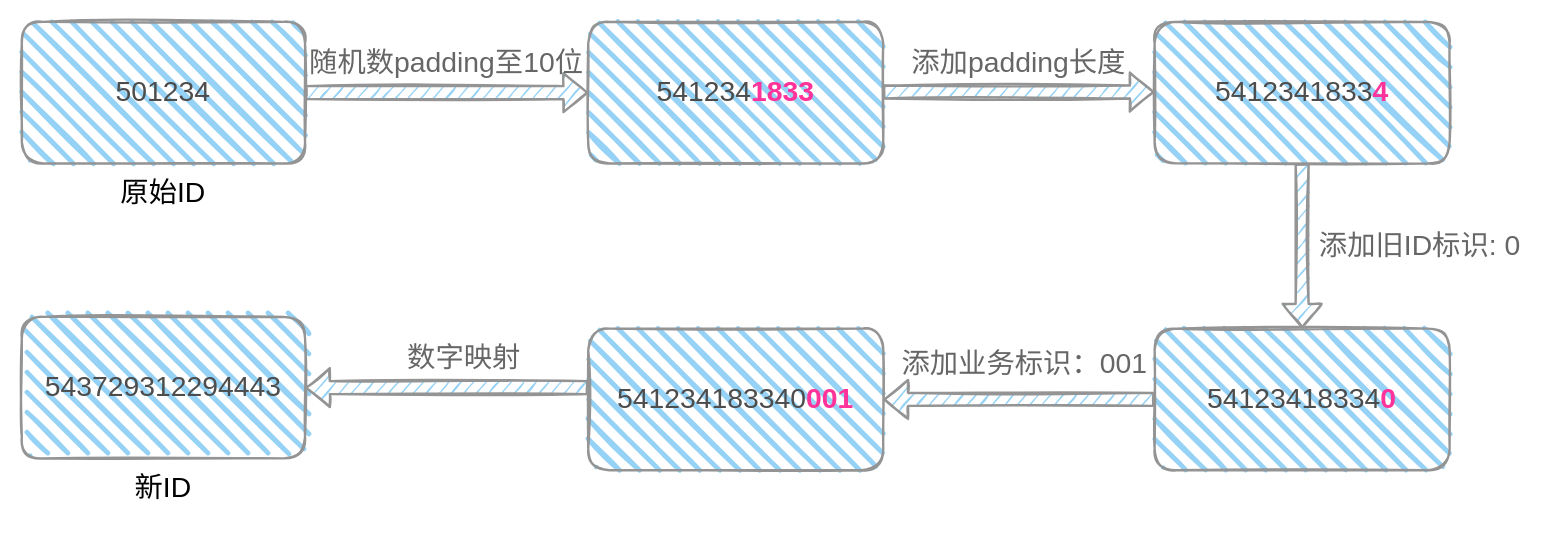
The draw.io diagram pictures/未命名绘图.drawio in dimdark/my-drawio, before the edit. Source tidied: cells renumbered, new cells numbered last; positions are measured from the earlier drawing's top-left corner, leaving out a move shared by most shapes. Both pictures are drawn from the tidied source at 118%, with x=0, y=0 at pixel (21, 21).
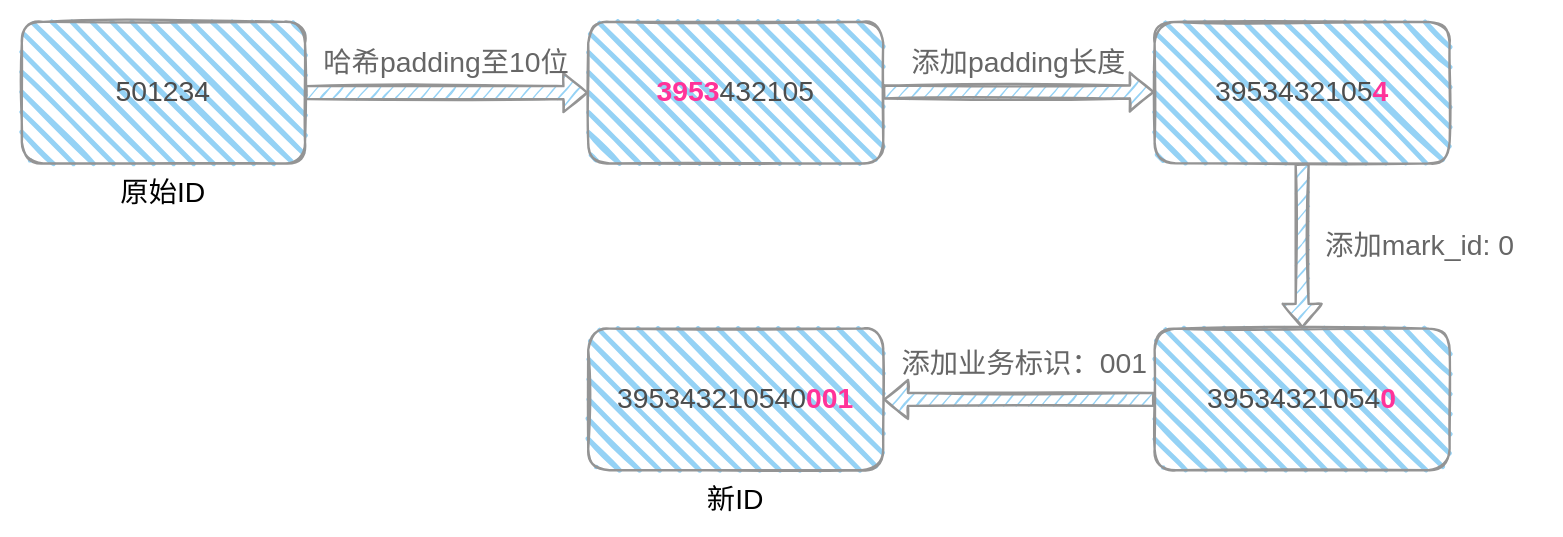
Above is the later version.

Commit message:
更新未命名绘图.drawio

Diff of the diagram source:
```diff
@@
-    <mxCell id="3" value="&lt;font color=&quot;#4d4d4d&quot;&gt;541234&lt;/font&gt;&lt;b style=&quot;&quot;&gt;&lt;font color=&quot;#ff3399&quot;&gt;1833&lt;/font&gt;&lt;/b&gt;" style="whiteSpace=wrap;html=1;fontSize=24;fillColor=#95D2F5;strokeColor=#949494;rounded=1;strokeWidth=2;fillWeight=4;hachureGap=12;hachureAngle=45;sketch=1;" parent="1" vertex="1">
+    <mxCell id="3" value="&lt;b style=&quot;&quot;&gt;&lt;font color=&quot;#ff3399&quot;&gt;3953&lt;/font&gt;&lt;/b&gt;&lt;span style=&quot;color: rgb(77, 77, 77);&quot;&gt;432105&lt;/span&gt;" style="whiteSpace=wrap;html=1;fontSize=24;fillColor=#95D2F5;strokeColor=#949494;rounded=1;strokeWidth=2;fillWeight=4;hachureGap=12;hachureAngle=45;sketch=1;" parent="1" vertex="1">
       <mxGeometry x="480" width="250" height="120" as="geometry" />
     </mxCell>
@@
-    <mxCell id="6" value="&lt;font color=&quot;#4d4d4d&quot;&gt;5412341833&lt;/font&gt;&lt;b&gt;&lt;font color=&quot;#ff3399&quot;&gt;4&lt;/font&gt;&lt;/b&gt;" style="whiteSpace=wrap;html=1;fontSize=24;fillColor=#95D2F5;strokeColor=#949494;rounded=1;strokeWidth=2;fillWeight=4;hachureGap=12;hachureAngle=45;sketch=1;" parent="1" vertex="1">
+    <mxCell id="6" value="&lt;font color=&quot;#4d4d4d&quot;&gt;395343210&lt;/font&gt;&lt;span style=&quot;color: rgb(77, 77, 77);&quot;&gt;5&lt;/span&gt;&lt;b&gt;&lt;font color=&quot;#ff3399&quot;&gt;4&lt;/font&gt;&lt;/b&gt;" style="whiteSpace=wrap;html=1;fontSize=24;fillColor=#95D2F5;strokeColor=#949494;rounded=1;strokeWidth=2;fillWeight=4;hachureGap=12;hachureAngle=45;sketch=1;" parent="1" vertex="1">
       <mxGeometry x="960" width="250" height="120" as="geometry" />
     </mxCell>
@@
-    <mxCell id="8" value="&lt;font color=&quot;#4d4d4d&quot;&gt;541234183340&lt;/font&gt;&lt;b&gt;&lt;font color=&quot;#ff3399&quot;&gt;001&lt;/font&gt;&lt;/b&gt;" style="whiteSpace=wrap;html=1;fontSize=24;fillColor=#95D2F5;strokeColor=#949494;rounded=1;strokeWidth=2;fillWeight=4;hachureGap=12;hachureAngle=45;sketch=1;" parent="1" vertex="1">
+    <mxCell id="8" value="&lt;font color=&quot;#4d4d4d&quot;&gt;395343210&lt;/font&gt;&lt;span style=&quot;color: rgb(77, 77, 77);&quot;&gt;5&lt;/span&gt;&lt;font color=&quot;#4d4d4d&quot;&gt;4&lt;/font&gt;&lt;font color=&quot;#4d4d4d&quot;&gt;0&lt;/font&gt;&lt;b&gt;&lt;font color=&quot;#ff3399&quot;&gt;001&lt;/font&gt;&lt;/b&gt;" style="whiteSpace=wrap;html=1;fontSize=24;fillColor=#95D2F5;strokeColor=#949494;rounded=1;strokeWidth=2;fillWeight=4;hachureGap=12;hachureAngle=45;sketch=1;" parent="1" vertex="1">
       <mxGeometry x="480" y="260" width="250" height="120" as="geometry" />
     </mxCell>
-    <mxCell id="9" value="&lt;font color=&quot;#4d4d4d&quot;&gt;543729312294443&lt;/font&gt;" style="whiteSpace=wrap;html=1;fontSize=24;fillColor=#95D2F5;strokeColor=#949494;rounded=1;strokeWidth=2;fillWeight=4;hachureGap=12;hachureAngle=45;sketch=1;" parent="1" vertex="1">
-      <mxGeometry y="250" width="240" height="120" as="geometry" />
-    </mxCell>
-    <mxCell id="10" style="edgeStyle=segmentEdgeStyle;endArrow=none;html=1;rounded=0;shadow=0;sketch=1;strokeColor=#949494;strokeWidth=2;fontSize=24;shape=flexArrow;startArrow=block;endFill=0;exitX=1;exitY=0.5;exitDx=0;exitDy=0;fillColor=#95D2F5;" parent="1" edge="1" source="9" target="8">
-      <mxGeometry relative="1" as="geometry" />
-    </mxCell>
@@
-    <mxCell id="12" value="随机数padding至10位" style="text;html=1;strokeColor=none;fillColor=none;align=center;verticalAlign=middle;whiteSpace=wrap;rounded=0;hachureGap=12;fontSize=24;fontColor=#666666;" parent="1" vertex="1">
+    <mxCell id="12" value="哈希padding至10位" style="text;html=1;strokeColor=none;fillColor=none;align=center;verticalAlign=middle;whiteSpace=wrap;rounded=0;hachureGap=12;fontSize=24;fontColor=#666666;" parent="1" vertex="1">
       <mxGeometry x="240" y="25" width="240" height="20" as="geometry" />
     </mxCell>
@@
-    <mxCell id="14" value="添加旧ID标识: 0" style="text;html=1;strokeColor=none;fillColor=none;align=center;verticalAlign=middle;whiteSpace=wrap;rounded=0;hachureGap=12;fontSize=24;fontColor=#666666;" parent="1" vertex="1">
+    <mxCell id="14" value="添加mark_id: 0" style="text;html=1;strokeColor=none;fillColor=none;align=center;verticalAlign=middle;whiteSpace=wrap;rounded=0;hachureGap=12;fontSize=24;fontColor=#666666;" parent="1" vertex="1">
       <mxGeometry x="1080" y="180" width="210" height="20" as="geometry" />
     </mxCell>
-    <mxCell id="15" value="&lt;font color=&quot;#4d4d4d&quot;&gt;54123418334&lt;/font&gt;&lt;b&gt;&lt;font color=&quot;#ff3399&quot;&gt;0&lt;/font&gt;&lt;/b&gt;" style="whiteSpace=wrap;html=1;fontSize=24;fillColor=#95D2F5;strokeColor=#949494;rounded=1;strokeWidth=2;fillWeight=4;hachureGap=12;hachureAngle=45;sketch=1;" parent="1" vertex="1">
+    <mxCell id="15" value="&lt;font color=&quot;#4d4d4d&quot;&gt;395343210&lt;/font&gt;&lt;span style=&quot;color: rgb(77, 77, 77);&quot;&gt;5&lt;/span&gt;&lt;font color=&quot;#4d4d4d&quot;&gt;4&lt;/font&gt;&lt;b&gt;&lt;font color=&quot;#ff3399&quot;&gt;0&lt;/font&gt;&lt;/b&gt;" style="whiteSpace=wrap;html=1;fontSize=24;fillColor=#95D2F5;strokeColor=#949494;rounded=1;strokeWidth=2;fillWeight=4;hachureGap=12;hachureAngle=45;sketch=1;" parent="1" vertex="1">
       <mxGeometry x="960" y="260" width="250" height="120" as="geometry" />
     </mxCell>
@@
-    <mxCell id="18" value="数字映射" style="text;html=1;strokeColor=none;fillColor=none;align=center;verticalAlign=middle;whiteSpace=wrap;rounded=0;hachureGap=12;fontSize=24;fontColor=#666666;" parent="1" vertex="1">
-      <mxGeometry x="270" y="275" width="210" height="20" as="geometry" />
-    </mxCell>
     <mxCell id="19" value="新ID" style="text;html=1;strokeColor=none;fillColor=none;align=center;verticalAlign=middle;whiteSpace=wrap;rounded=0;hachureGap=12;fontSize=24;" parent="1" vertex="1">
-      <mxGeometry x="80" y="380" width="80" height="30" as="geometry" />
+      <mxGeometry x="565" y="390" width="80" height="30" as="geometry" />
     </mxCell>
```
